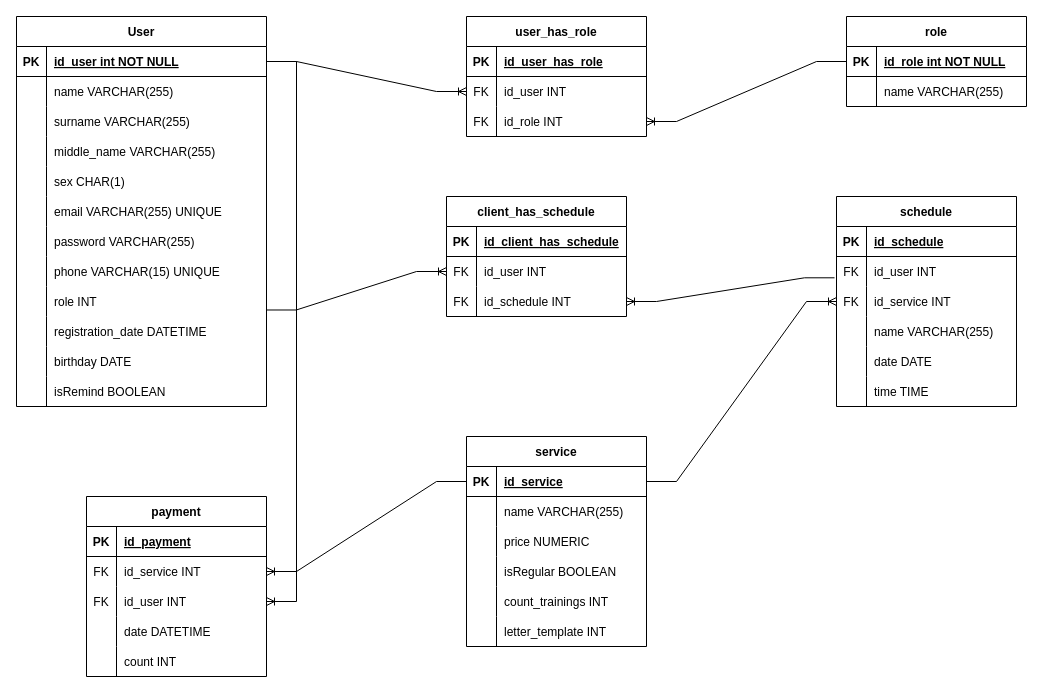
The draw.io diagram er-diagram.drawio in IpsRuslanTu/chudo-koni, before the edit. Source tidied: cells renumbered, new cells numbered last; positions are measured from the earlier drawing's top-left corner, leaving out a move shared by most shapes. Both pictures are drawn from the tidied source at 100%, with x=0, y=0 at pixel (16, 16).
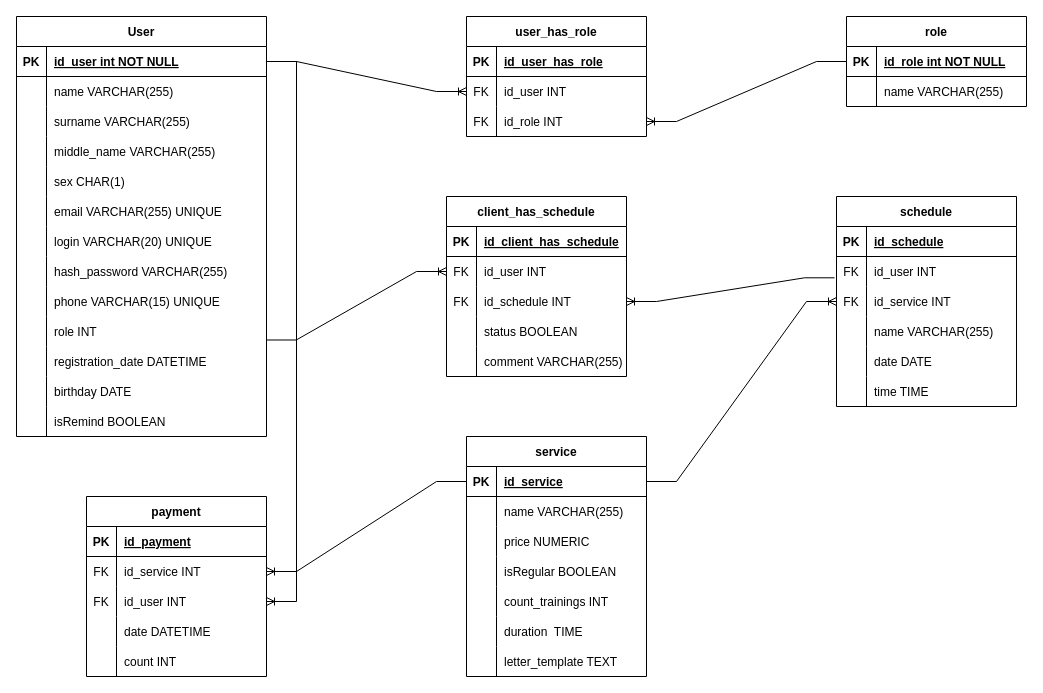
Above is the later version.

Commit message:
добавили атрибуты

What changed in the source:
```diff
@@
     <mxCell id="2" value="User" style="shape=table;startSize=30;childLayout=tableLayout;rowLines=0;fontStyle=1;align=center;" parent="1" vertex="1">
-      <mxGeometry width="250" height="390" as="geometry" />
+      <mxGeometry width="250" height="420" as="geometry" />
     </mxCell>
@@
+    <mxCell id="127" style="shape=partialRectangle;fillColor=none;top=0;left=0;bottom=0;right=0;" parent="2" vertex="1">
+      <mxGeometry y="210" width="250" height="30" as="geometry" />
+    </mxCell>
+    <mxCell id="128" style="shape=partialRectangle;fillColor=none;top=0;left=0;bottom=0;right=0;overflow=hidden;" parent="127" vertex="1">
+      <mxGeometry width="30" height="30" as="geometry" />
+    </mxCell>
+    <mxCell id="129" value="login VARCHAR(20) UNIQUE" style="shape=partialRectangle;fillColor=none;top=0;left=0;bottom=0;right=0;align=left;spacingLeft=6;overflow=hidden;" parent="127" vertex="1">
+      <mxGeometry x="30" width="220" height="30" as="geometry" />
+    </mxCell>
     <mxCell id="21" style="shape=tableRow;horizontal=0;startSize=0;swimlaneHead=0;swimlaneBody=0;fillColor=none;top=0;left=0;right=0;bottom=0;" parent="2" vertex="1">
-      <mxGeometry y="210" width="250" height="30" as="geometry" />
+      <mxGeometry y="240" width="250" height="30" as="geometry" />
     </mxCell>
@@
-    <mxCell id="23" value="password VARCHAR(255)" style="shape=partialRectangle;fillColor=none;top=0;left=0;bottom=0;right=0;align=left;spacingLeft=6;overflow=hidden;" parent="21" vertex="1">
+    <mxCell id="23" value="hash_password VARCHAR(255)" style="shape=partialRectangle;fillColor=none;top=0;left=0;bottom=0;right=0;align=left;spacingLeft=6;overflow=hidden;" parent="21" vertex="1">
       <mxGeometry x="30" width="220" height="30" as="geometry" />
     </mxCell>
     <mxCell id="24" style="shape=tableRow;horizontal=0;startSize=0;swimlaneHead=0;swimlaneBody=0;fillColor=none;top=0;left=0;right=0;bottom=0;" parent="2" vertex="1">
-      <mxGeometry y="240" width="250" height="30" as="geometry" />
+      <mxGeometry y="270" width="250" height="30" as="geometry" />
     </mxCell>
@@
     <mxCell id="27" style="shape=tableRow;horizontal=0;startSize=0;swimlaneHead=0;swimlaneBody=0;fillColor=none;points=[[0,0.5],[1,0.5]];portConstraint=eastwest;top=0;left=0;right=0;bottom=0;" parent="2" vertex="1">
-      <mxGeometry y="270" width="250" height="30" as="geometry" />
+      <mxGeometry y="300" width="250" height="30" as="geometry" />
     </mxCell>
@@
     <mxCell id="30" style="shape=tableRow;horizontal=0;startSize=0;swimlaneHead=0;swimlaneBody=0;fillColor=none;top=0;left=0;right=0;bottom=0;" parent="2" vertex="1">
-      <mxGeometry y="300" width="250" height="30" as="geometry" />
+      <mxGeometry y="330" width="250" height="30" as="geometry" />
     </mxCell>
@@
     <mxCell id="33" style="shape=tableRow;horizontal=0;startSize=0;swimlaneHead=0;swimlaneBody=0;fillColor=none;top=0;left=0;right=0;bottom=0;" parent="2" vertex="1">
-      <mxGeometry y="330" width="250" height="30" as="geometry" />
+      <mxGeometry y="360" width="250" height="30" as="geometry" />
     </mxCell>
@@
     <mxCell id="36" style="shape=tableRow;horizontal=0;startSize=0;swimlaneHead=0;swimlaneBody=0;fillColor=none;top=0;left=0;right=0;bottom=0;" parent="2" vertex="1">
-      <mxGeometry y="360" width="250" height="30" as="geometry" />
+      <mxGeometry y="390" width="250" height="30" as="geometry" />
     </mxCell>
@@
     <mxCell id="58" value="service" style="shape=table;startSize=30;childLayout=tableLayout;rowLines=0;fontStyle=1;align=center;" parent="1" vertex="1">
-      <mxGeometry x="450" y="420" width="180" height="210" as="geometry" />
+      <mxGeometry x="450" y="420" width="180" height="240" as="geometry" />
     </mxCell>
@@
+    <mxCell id="130" style="shape=partialRectangle;fillColor=none;top=0;left=0;bottom=0;right=0;" parent="58" vertex="1">
+      <mxGeometry y="180" width="180" height="30" as="geometry" />
+    </mxCell>
+    <mxCell id="131" style="shape=partialRectangle;fillColor=none;top=0;left=0;bottom=0;right=0;overflow=hidden;" parent="130" vertex="1">
+      <mxGeometry width="30" height="30" as="geometry" />
+    </mxCell>
+    <mxCell id="132" value="duration  TIME" style="shape=partialRectangle;fillColor=none;top=0;left=0;bottom=0;right=0;align=left;spacingLeft=6;overflow=hidden;" parent="130" vertex="1">
+      <mxGeometry x="30" width="150" height="30" as="geometry" />
+    </mxCell>
     <mxCell id="74" style="shape=tableRow;horizontal=0;startSize=0;swimlaneHead=0;swimlaneBody=0;fillColor=none;top=0;left=0;right=0;bottom=0;" parent="58" vertex="1">
-      <mxGeometry y="180" width="180" height="30" as="geometry" />
+      <mxGeometry y="210" width="180" height="30" as="geometry" />
     </mxCell>
@@
-    <mxCell id="76" value="letter_template INT" style="shape=partialRectangle;fillColor=none;top=0;left=0;bottom=0;right=0;align=left;spacingLeft=6;overflow=hidden;" parent="74" vertex="1">
+    <mxCell id="76" value="letter_template TEXT" style="shape=partialRectangle;fillColor=none;top=0;left=0;bottom=0;right=0;align=left;spacingLeft=6;overflow=hidden;" parent="74" vertex="1">
       <mxGeometry x="30" width="150" height="30" as="geometry" />
     </mxCell>
@@
     <mxCell id="96" value="client_has_schedule" style="shape=table;startSize=30;childLayout=tableLayout;rowLines=0;fontStyle=1;align=center;" parent="1" vertex="1">
-      <mxGeometry x="430" y="180" width="180" height="120" as="geometry" />
+      <mxGeometry x="430" y="180" width="180" height="180" as="geometry" />
     </mxCell>
@@
+    <mxCell id="133" style="shape=partialRectangle;fillColor=none;top=0;left=0;bottom=0;right=0;" parent="96" vertex="1">
+      <mxGeometry y="120" width="180" height="30" as="geometry" />
+    </mxCell>
+    <mxCell id="134" style="shape=partialRectangle;fillColor=none;top=0;left=0;bottom=0;right=0;overflow=hidden;" parent="133" vertex="1">
+      <mxGeometry width="30" height="30" as="geometry" />
+    </mxCell>
+    <mxCell id="135" value="status BOOLEAN " style="shape=partialRectangle;fillColor=none;top=0;left=0;bottom=0;right=0;align=left;spacingLeft=6;overflow=hidden;" parent="133" vertex="1">
+      <mxGeometry x="30" width="150" height="30" as="geometry" />
+    </mxCell>
+    <mxCell id="136" style="shape=partialRectangle;fillColor=none;top=0;left=0;bottom=0;right=0;" parent="96" vertex="1">
+      <mxGeometry y="150" width="180" height="30" as="geometry" />
+    </mxCell>
+    <mxCell id="137" style="shape=partialRectangle;fillColor=none;top=0;left=0;bottom=0;right=0;overflow=hidden;" parent="136" vertex="1">
+      <mxGeometry width="30" height="30" as="geometry" />
+    </mxCell>
+    <mxCell id="138" value="comment VARCHAR(255)" style="shape=partialRectangle;fillColor=none;top=0;left=0;bottom=0;right=0;align=left;spacingLeft=6;overflow=hidden;" parent="136" vertex="1">
+      <mxGeometry x="30" width="150" height="30" as="geometry" />
+    </mxCell>
```
